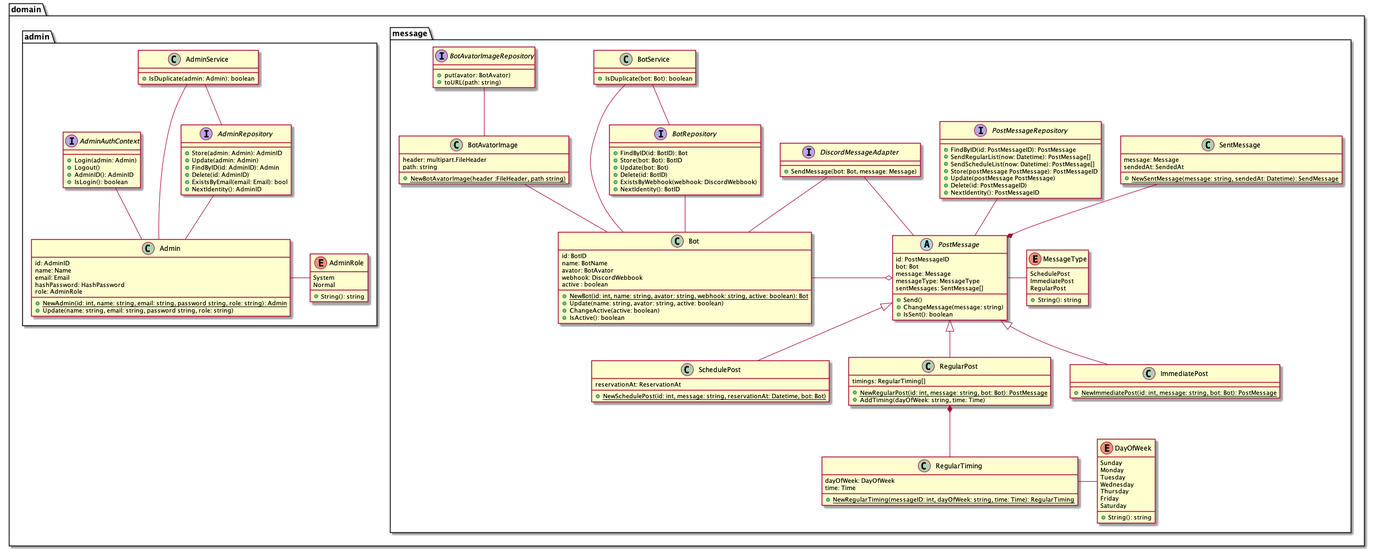
Above: document/design/class.png in takemo101/dc-scheduler (PlantUML), before the change.
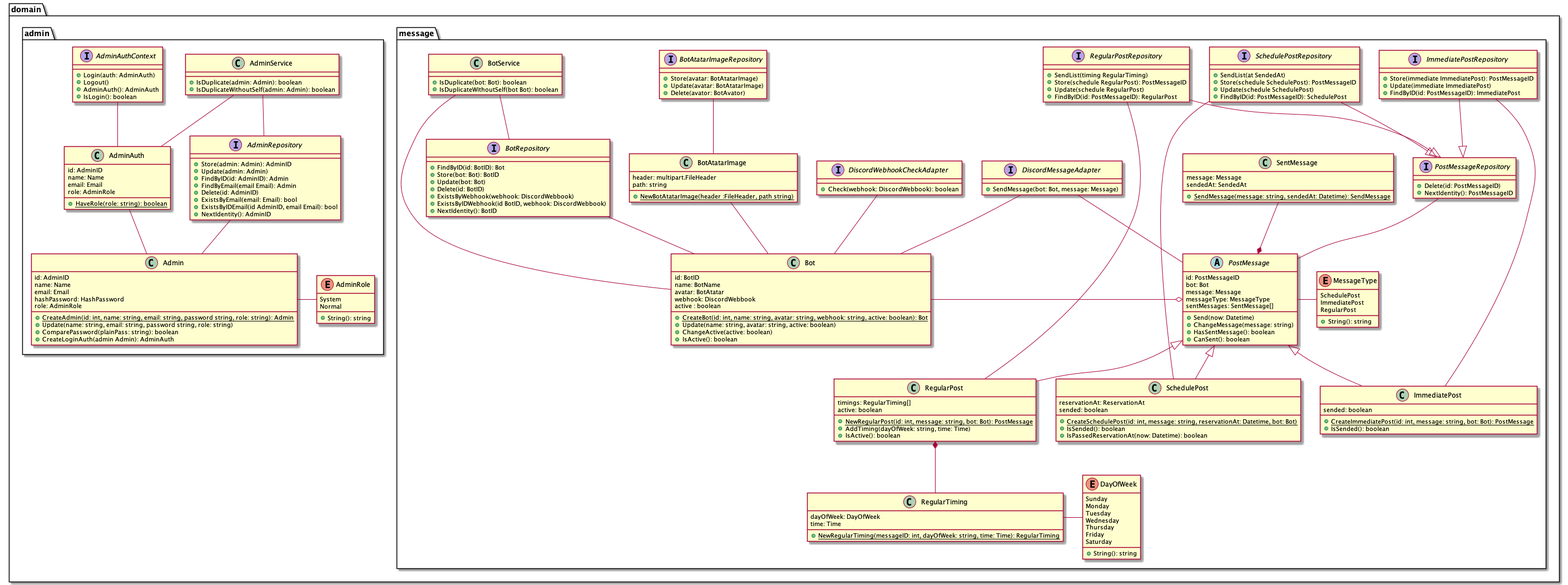
Above is the later version.

The edit, as a diff of the source:
```diff
@@ -5,19 +5,19 @@
         class Bot {
             id: BotID
             name: BotName
-            avator: BotAvator
+            avatar: BotAtatar
             webhook: DiscordWebbook
             active : boolean
-            + {static} NewBot(id: int, name: string, avator: string, webhook: string, active: boolean): Bot
-            + Update(name: string, avator: string, active: boolean)
+            + {static} CreateBot(id: int, name: string, avatar: string, webhook: string, active: boolean): Bot
+            + Update(name: string, avatar: string, active: boolean)
             + ChangeActive(active: boolean)
             + IsActive(): boolean
         }
 
-        class BotAvatorImage {
+        class BotAtatarImage {
             header: multipart.FileHeader
             path: string
-            + {static} NewBotAvatorImage(header :FileHeader, path string)
+            + {static} NewBotAtatarImage(header :FileHeader, path string)
         }
 
         abstract PostMessage {
@@ -26,9 +26,10 @@
             message: Message
             messageType: MessageType
             sentMessages: SentMessage[]
-            + Send()
+            + Send(now: Datetime)
             + ChangeMessage(message: string)
-            + IsSent(): boolean
+            + HasSentMessage(): boolean
+            + CanSent(): boolean
         }
 
         enum MessageType {
@@ -40,17 +41,24 @@
 
         class SchedulePost {
             reservationAt: ReservationAt
-            + {static} NewSchedulePost(id: int, message: string, reservationAt: Datetime, bot: Bot)
+            sended: boolean
+            + {static} CreateSchedulePost(id: int, message: string, reservationAt: Datetime, bot: Bot)
+            + IsSended(): boolean
+            + IsPassedReservationAt(now: Datetime): boolean
         }
 
         class RegularPost {
             timings: RegularTiming[]
+            active: boolean
             + {static} NewRegularPost(id: int, message: string, bot: Bot): PostMessage
             + AddTiming(dayOfWeek: string, time: Time)
+            + IsActive(): boolean
         }
 
         class ImmediatePost {
-            + {static} NewImmediatePost(id: int, message: string, bot: Bot): PostMessage
+            sended: boolean
+            + {static} CreateImmediatePost(id: int, message: string, bot: Bot): PostMessage
+            + IsSended(): boolean
         }
 
         class RegularTiming {
@@ -73,11 +81,12 @@
         class SentMessage {
             message: Message
             sendedAt: SendedAt
-            + {static} NewSentMessage(message: string, sendedAt: Datetime): SendMessage
+            + {static} SendMessage(message: string, sendedAt: Datetime): SendMessage
         }
 
         class BotService {
             + IsDuplicate(bot: Bot): boolean
+            + IsDuplicateWithoutSelf(bot Bot): boolean
         }
 
         interface BotRepository {
@@ -86,22 +95,43 @@
             + Update(bot: Bot)
             + Delete(id: BotID)
             + ExistsByWebhook(webhook: DiscordWebbook)
+            + ExistsByIDWebhook(id BotID, webhook: DiscordWebbook)
             + NextIdentity(): BotID
         }
 
-        interface BotAvatorImageRepository {
-            + put(avator: BotAvator)
-            + toURL(path: string)
+        interface BotAtatarImageRepository {
+            + Store(avatar: BotAtatarImage)
+            + Update(avatar: BotAtatarImage)
+            + Delete(avator: BotAvator)
         }
 
         interface PostMessageRepository {
-            + FindByID(id: PostMessageID): PostMessage
-            + SendRegularList(now: Datetime): PostMessage[]
-            + SendScheduleList(now: Datetime): PostMessage[]
-            + Store(postMessage PostMessage): PostMessageID
-            + Update(postMessage PostMessage)
             + Delete(id: PostMessageID)
             + NextIdentity(): PostMessageID
+        }
+
+        interface ImmediatePostRepository {
+            + Store(immediate ImmediatePost): PostMessageID
+            + Update(immediate ImmediatePost)
+            + FindByID(id: PostMessageID): ImmediatePost
+        }
+
+        interface SchedulePostRepository {
+            + SendList(at SendedAt)
+            + Store(schedule SchedulePost): PostMessageID
+            + Update(schedule SchedulePost)
+            + FindByID(id: PostMessageID): SchedulePost
+        }
+
+        interface RegularPostRepository {
+            + SendList(timing RegularTiming)
+            + Store(schedule RegularPost): PostMessageID
+            + Update(schedule RegularPost)
+            + FindByID(id: PostMessageID): RegularPost
+        }
+
+        interface DiscordWebhookCheckAdapter {
+            + Check(webhook: DiscordWebbook): boolean
         }
 
         interface DiscordMessageAdapter {
@@ -116,8 +146,10 @@
             email: Email
             hashPassword: HashPassword
             role: AdminRole
-            + {static} NewAdmin(id: int, name: string, email: string, password string, role: string): Admin
+            + {static} CreateAdmin(id: int, name: string, email: string, password string, role: string): Admin
             + Update(name: string, email: string, password string, role: string)
+            + ComparePassword(plainPass: string): boolean
+            + CreateLoginAuth(admin Admin): AdminAuth
         }
 
         enum AdminRole {
@@ -126,23 +158,34 @@
             + String(): string
         }
 
+        class AdminAuth {
+            id: AdminID
+            name: Name
+            email: Email
+            role: AdminRole
+            + {static} HaveRole(role: string): boolean
+        }
+
         class AdminService {
             + IsDuplicate(admin: Admin): boolean
+            + IsDuplicateWithoutSelf(admin: Admin): boolean
         }
 
         interface AdminRepository {
             + Store(admin: Admin): AdminID
             + Update(admin: Admin)
             + FindByID(id: AdminID): Admin
+            + FindByEmail(email Email): Admin
             + Delete(id: AdminID)
             + ExistsByEmail(email: Email): bool
+            + ExistsByIDEmail(id AdminID, email Email): bool
             + NextIdentity(): AdminID
         }
 
         interface AdminAuthContext {
-            + Login(admin: Admin)
+            + Login(auth: AdminAuth)
             + Logout()
-            + AdminID(): AdminID
+            + AdminAuth(): AdminAuth
             + IsLogin(): boolean
         }
     }
@@ -159,17 +202,25 @@
 Admin - AdminRole
 
 BotRepository -- Bot
-BotAvatorImageRepository -- BotAvatorImage
-BotAvatorImage -- Bot
+BotAtatarImageRepository -- BotAtatarImage
+BotAtatarImage -- Bot
 BotService -- BotRepository
 BotService -- Bot
+DiscordWebhookCheckAdapter -- Bot
 DiscordMessageAdapter -- Bot
 DiscordMessageAdapter -- PostMessage
 PostMessageRepository -- PostMessage
+ImmediatePostRepository --|> PostMessageRepository
+SchedulePostRepository --|> PostMessageRepository
+RegularPostRepository --|> PostMessageRepository
+ImmediatePostRepository -- ImmediatePost
+SchedulePostRepository -- SchedulePost
+RegularPostRepository -- RegularPost
+AdminAuth -- Admin
 AdminRepository -- Admin
 AdminService -- AdminRepository
-AdminService -- Admin
+AdminService -- AdminAuth
 
-AdminAuthContext -- Admin
+AdminAuthContext -- AdminAuth
 
 @enduml
```
